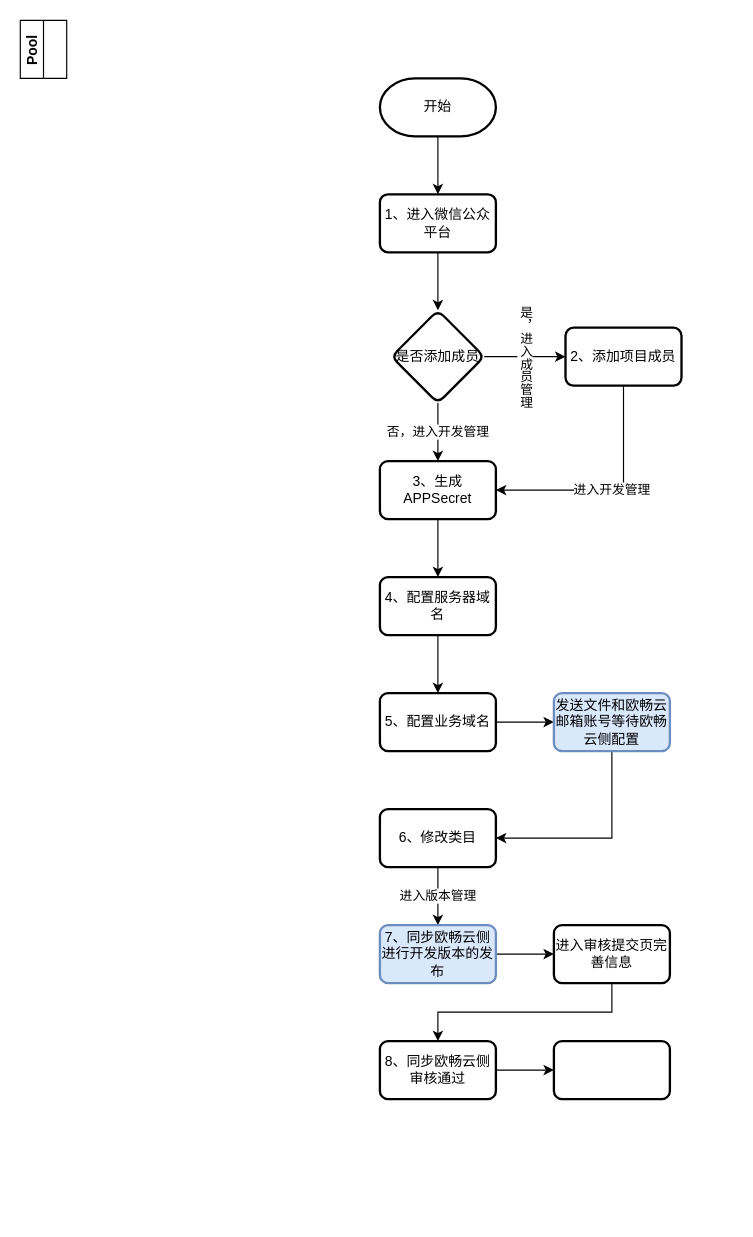
hyperspace-911/flowchart-drawio keeps this draw.io diagram as 未命名绘图.drawio. Above is the earlier version. Source tidied: cells renumbered, new cells numbered last; positions are measured from the earlier drawing's top-left corner, leaving out a move shared by most shapes. Both pictures are drawn from the tidied source at 116%, with x=0, y=0 at pixel (20, 20).
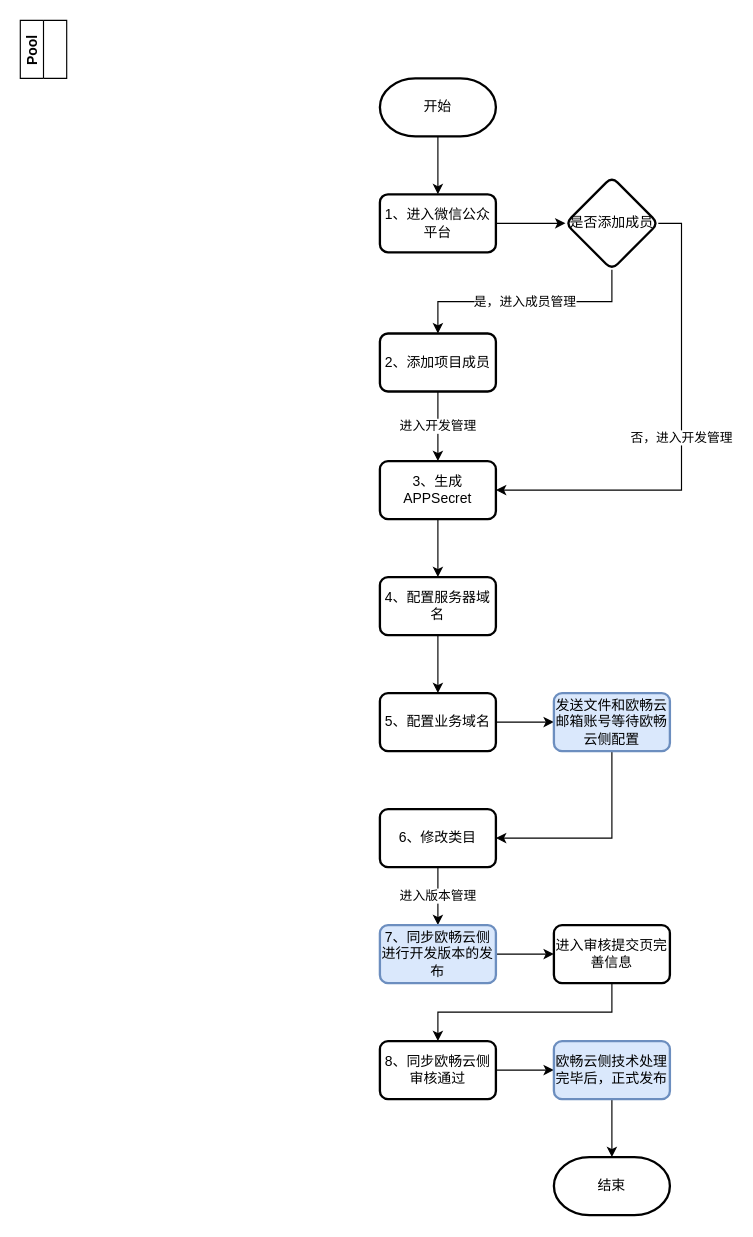
The same page after the edit.

Commit message:
更新未命名绘图.drawio

Unchanged cells that the change refers to:
```xml
<mxCell id="13" value="3、&lt;span style=&quot;background-color: transparent; color: light-dark(rgb(0, 0, 0), rgb(255, 255, 255));&quot;&gt;生成APPSecret&lt;/span&gt;" style="rounded=1;whiteSpace=wrap;html=1;absoluteArcSize=1;arcSize=14;strokeWidth=2;" parent="1" vertex="1">
  <mxGeometry x="310" y="380" width="100" height="50" as="geometry" />
</mxCell>
```

Diff of the diagram source:
```diff
@@
-    <mxCell id="7" value="进入开发管理" style="edgeStyle=orthogonalEdgeStyle;rounded=0;jettySize=auto;html=1;entryX=1;entryY=0.5;entryDx=0;entryDy=0;exitX=0.5;exitY=1;exitDx=0;exitDy=0;" parent="1" edge="1" source="8" target="13">
+    <mxCell id="7" value="进入开发管理" style="edgeStyle=orthogonalEdgeStyle;rounded=0;jettySize=auto;html=1;entryX=0.5;entryY=0;entryDx=0;entryDy=0;exitX=0.5;exitY=1;exitDx=0;exitDy=0;" parent="1" edge="1" source="8" target="13">
       <mxGeometry relative="1" as="geometry" />
     </mxCell>
     <mxCell id="8" value="2、添加项目成员" style="rounded=1;whiteSpace=wrap;html=1;absoluteArcSize=1;arcSize=14;strokeWidth=2;" parent="1" vertex="1">
-      <mxGeometry x="470" y="265" width="100" height="50" as="geometry" />
+      <mxGeometry x="310" y="270" width="100" height="50" as="geometry" />
     </mxCell>
-    <mxCell id="9" value="是，进入成员管理" style="edgeStyle=orthogonalEdgeStyle;rounded=0;jettySize=auto;html=1;textDirection=vertical-lr;" parent="1" edge="1" source="11" target="8">
+    <mxCell id="9" value="是，进入成员管理" style="edgeStyle=orthogonalEdgeStyle;rounded=0;jettySize=auto;html=1;exitX=0.5;exitY=1;exitDx=0;exitDy=0;" parent="1" edge="1" source="11" target="8">
       <mxGeometry relative="1" as="geometry" />
     </mxCell>
-    <mxCell id="10" value="否，进入开发管理" style="edgeStyle=orthogonalEdgeStyle;rounded=0;jettySize=auto;html=1;" parent="1" edge="1" source="11" target="13">
+    <mxCell id="10" value="否，进入开发管理" style="edgeStyle=orthogonalEdgeStyle;rounded=0;jettySize=auto;html=1;exitX=1;exitY=0.5;exitDx=0;exitDy=0;entryX=1;entryY=0.5;entryDx=0;entryDy=0;" parent="1" edge="1" source="11" target="13">
       <mxGeometry relative="1" as="geometry" />
     </mxCell>
     <mxCell id="11" value="是否添加成员" style="rhombus;whiteSpace=wrap;html=1;rounded=1;absoluteArcSize=1;arcSize=14;strokeWidth=2;" parent="1" vertex="1">
-      <mxGeometry x="320" y="250" width="80" height="80" as="geometry" />
+      <mxGeometry x="470" y="135" width="80" height="80" as="geometry" />
     </mxCell>
@@
+    <mxCell id="29" style="edgeStyle=orthogonalEdgeStyle;rounded=0;jettySize=auto;html=1;" parent="1" edge="1" source="28" target="30">
+      <mxGeometry relative="1" as="geometry" />
+    </mxCell>
-    <mxCell id="28" style="rounded=1;whiteSpace=wrap;html=1;absoluteArcSize=1;arcSize=14;strokeWidth=2;" parent="1" vertex="1">
+    <mxCell id="28" value="欧畅云侧技术处理完毕后，正式发布" style="rounded=1;whiteSpace=wrap;html=1;absoluteArcSize=1;arcSize=14;strokeWidth=2;fillColor=#dae8fc;strokeColor=#6c8ebf;" parent="1" vertex="1">
       <mxGeometry x="460" y="880" width="100" height="50" as="geometry" />
     </mxCell>
+    <mxCell id="30" value="结束" style="strokeWidth=2;html=1;shape=mxgraph.flowchart.terminator;whiteSpace=wrap;" parent="1" vertex="1">
+      <mxGeometry x="460" y="980" width="100" height="50" as="geometry" />
+    </mxCell>
```
